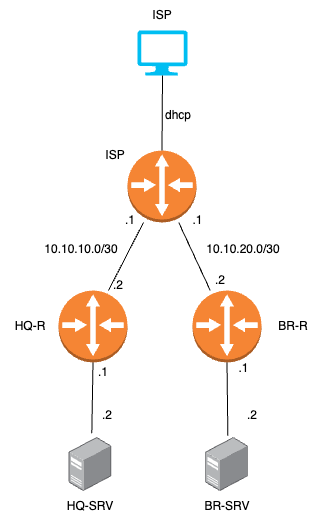
Earlier version of the draw.io export assets/L3-topology.png (vitterre/novosib). Source tidied: cells renumbered, new cells last; positions are measured from the earlier drawing's top-left corner, leaving out a move shared by most shapes. Source of this version:
```xml
<mxGraphModel>
  <root>
    <mxCell id="0" />
    <mxCell id="1" parent="0" />
    <mxCell id="2" style="outlineConnect=0;dashed=0;verticalLabelPosition=bottom;verticalAlign=top;align=center;html=1;shape=mxgraph.aws3.router;fillColor=#F58534;gradientColor=none;" parent="1" vertex="1">
      <mxGeometry x="127" y="150" width="69" height="72" as="geometry" />
    </mxCell>
    <mxCell id="3" style="outlineConnect=0;dashed=0;verticalLabelPosition=bottom;verticalAlign=top;align=center;html=1;shape=mxgraph.aws3.router;fillColor=#F58534;gradientColor=none;" parent="1" vertex="1">
      <mxGeometry x="58" y="290" width="69" height="72" as="geometry" />
    </mxCell>
    <mxCell id="4" style="outlineConnect=0;dashed=0;verticalLabelPosition=bottom;verticalAlign=top;align=center;html=1;shape=mxgraph.aws3.router;fillColor=#F58534;gradientColor=none;" parent="1" vertex="1">
      <mxGeometry x="192" y="290" width="69" height="72" as="geometry" />
    </mxCell>
    <mxCell id="5" style="verticalLabelPosition=bottom;html=1;verticalAlign=top;align=center;strokeColor=none;fillColor=#00BEF2;shape=mxgraph.azure.computer;" parent="1" vertex="1">
      <mxGeometry x="137" y="30" width="50" height="45" as="geometry" />
    </mxCell>
    <mxCell id="6" style="image;points=[];html=1;align=center;shadow=0;dashed=0;image=img/lib/allied_telesis/computer_and_terminals/Server_Desktop.svg;" parent="1" vertex="1">
      <mxGeometry x="68.6" y="437" width="42.6" height="54" as="geometry" />
    </mxCell>
    <mxCell id="7" style="image;points=[];html=1;align=center;shadow=0;dashed=0;image=img/lib/allied_telesis/computer_and_terminals/Server_Desktop.svg;" parent="1" vertex="1">
      <mxGeometry x="205.2" y="437" width="42.6" height="54" as="geometry" />
    </mxCell>
    <mxCell id="8" style="endArrow=none;html=1;rounded=0;" parent="1" edge="1" target="2">
      <mxGeometry relative="1" as="geometry">
        <mxPoint x="108" y="290" as="sourcePoint" />
      </mxGeometry>
    </mxCell>
    <mxCell id="9" style="endArrow=none;html=1;rounded=0;" parent="1" edge="1" source="4" target="2">
      <mxGeometry relative="1" as="geometry" />
    </mxCell>
    <mxCell id="10" style="endArrow=none;html=1;rounded=0;entryX=0.5;entryY=1;entryDx=0;entryDy=0;entryPerimeter=0;exitX=0.5;exitY=0;exitDx=0;exitDy=0;exitPerimeter=0;" parent="1" edge="1" source="2" target="5">
      <mxGeometry relative="1" as="geometry" />
    </mxCell>
    <mxCell id="11" style="endArrow=none;html=1;rounded=0;entryX=0.5;entryY=1;entryDx=0;entryDy=0;entryPerimeter=0;exitX=0.533;exitY=-0.079;exitDx=0;exitDy=0;exitPerimeter=0;" parent="1" edge="1" source="6" target="3">
      <mxGeometry relative="1" as="geometry" />
    </mxCell>
    <mxCell id="12" style="endArrow=none;html=1;rounded=0;entryX=0.5;entryY=1;entryDx=0;entryDy=0;entryPerimeter=0;exitX=0.52;exitY=-0.032;exitDx=0;exitDy=0;exitPerimeter=0;" parent="1" edge="1" source="7" target="4">
      <mxGeometry relative="1" as="geometry" />
    </mxCell>
    <mxCell id="13" value="10.10.10.0/30" style="text;html=1;align=center;verticalAlign=middle;whiteSpace=wrap;rounded=0;" parent="1" vertex="1">
      <mxGeometry x="51.2" y="234" width="60" height="30" as="geometry" />
    </mxCell>
    <mxCell id="14" value=".1" style="text;html=1;align=center;verticalAlign=middle;whiteSpace=wrap;rounded=0;" parent="1" vertex="1">
      <mxGeometry x="114.6" y="210" width="30" height="20" as="geometry" />
    </mxCell>
    <mxCell id="15" value="10.10.20.0/30" style="text;html=1;align=center;verticalAlign=middle;whiteSpace=wrap;rounded=0;" parent="1" vertex="1">
      <mxGeometry x="213.3" y="234" width="60" height="30" as="geometry" />
    </mxCell>
    <mxCell id="16" value=".1" style="text;html=1;align=center;verticalAlign=middle;whiteSpace=wrap;rounded=0;" parent="1" vertex="1">
      <mxGeometry x="187" y="206" width="21" height="28" as="geometry" />
    </mxCell>
    <mxCell id="17" value=".2" style="text;html=1;align=center;verticalAlign=middle;whiteSpace=wrap;rounded=0;" parent="1" vertex="1">
      <mxGeometry x="88" y="270" width="60" height="30" as="geometry" />
    </mxCell>
    <mxCell id="18" value=".2" style="text;html=1;align=center;verticalAlign=middle;whiteSpace=wrap;rounded=0;" parent="1" vertex="1">
      <mxGeometry x="205.2" y="270" width="30" height="20" as="geometry" />
    </mxCell>
    <mxCell id="19" value=".1" style="text;html=1;align=center;verticalAlign=middle;whiteSpace=wrap;rounded=0;" parent="1" vertex="1">
      <mxGeometry x="88" y="362" width="30" height="20" as="geometry" />
    </mxCell>
    <mxCell id="20" value=".1" style="text;html=1;align=center;verticalAlign=middle;whiteSpace=wrap;rounded=0;" parent="1" vertex="1">
      <mxGeometry x="232.8" y="354" width="21" height="28" as="geometry" />
    </mxCell>
    <mxCell id="21" value=".2" style="text;html=1;align=center;verticalAlign=middle;whiteSpace=wrap;rounded=0;" parent="1" vertex="1">
      <mxGeometry x="77" y="400" width="60" height="30" as="geometry" />
    </mxCell>
    <mxCell id="22" value=".2" style="text;html=1;align=center;verticalAlign=middle;whiteSpace=wrap;rounded=0;" parent="1" vertex="1">
      <mxGeometry x="222" y="400" width="60" height="30" as="geometry" />
    </mxCell>
    <mxCell id="23" value="dhcp" style="text;html=1;align=center;verticalAlign=middle;whiteSpace=wrap;rounded=0;" parent="1" vertex="1">
      <mxGeometry x="148" y="100" width="60" height="30" as="geometry" />
    </mxCell>
    <mxCell id="24" value="HQ-R" style="text;html=1;align=center;verticalAlign=middle;whiteSpace=wrap;rounded=0;" parent="1" vertex="1">
      <mxGeometry x="-0.1" y="311" width="60" height="30" as="geometry" />
    </mxCell>
    <mxCell id="25" value="BR-R" style="text;html=1;align=center;verticalAlign=middle;whiteSpace=wrap;rounded=0;" parent="1" vertex="1">
      <mxGeometry x="262.5" y="311" width="60" height="30" as="geometry" />
    </mxCell>
    <mxCell id="26" value="HQ-SRV" style="text;html=1;align=center;verticalAlign=middle;whiteSpace=wrap;rounded=0;" parent="1" vertex="1">
      <mxGeometry x="59.9" y="491" width="60" height="30" as="geometry" />
    </mxCell>
    <mxCell id="27" value="BR-SRV" style="text;html=1;align=center;verticalAlign=middle;whiteSpace=wrap;rounded=0;" parent="1" vertex="1">
      <mxGeometry x="196.5" y="491" width="60" height="30" as="geometry" />
    </mxCell>
    <mxCell id="28" value="ISP" style="text;html=1;align=center;verticalAlign=middle;whiteSpace=wrap;rounded=0;" parent="1" vertex="1">
      <mxGeometry x="84.6" y="140" width="60" height="30" as="geometry" />
    </mxCell>
    <mxCell id="29" value="ISP" style="text;html=1;align=center;verticalAlign=middle;whiteSpace=wrap;rounded=0;" parent="1" vertex="1">
      <mxGeometry x="132" width="60" height="30" as="geometry" />
    </mxCell>
  </root>
</mxGraphModel>
```
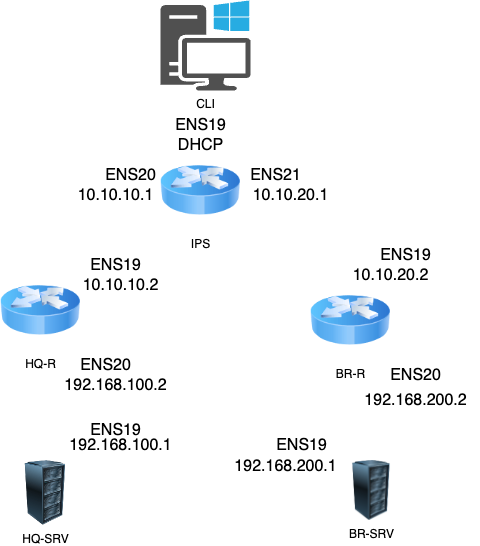
Later version of the same file.

Commit message:
docs: fix L3 topology schema

Diff of the diagram source:
```diff
@@ -2,91 +2,77 @@
   <root>
     <mxCell id="0" />
     <mxCell id="1" parent="0" />
-    <mxCell id="2" style="outlineConnect=0;dashed=0;verticalLabelPosition=bottom;verticalAlign=top;align=center;html=1;shape=mxgraph.aws3.router;fillColor=#F58534;gradientColor=none;" parent="1" vertex="1">
-      <mxGeometry x="127" y="150" width="69" height="72" as="geometry" />
-    </mxCell>
-    <mxCell id="3" style="outlineConnect=0;dashed=0;verticalLabelPosition=bottom;verticalAlign=top;align=center;html=1;shape=mxgraph.aws3.router;fillColor=#F58534;gradientColor=none;" parent="1" vertex="1">
-      <mxGeometry x="58" y="290" width="69" height="72" as="geometry" />
-    </mxCell>
-    <mxCell id="4" style="outlineConnect=0;dashed=0;verticalLabelPosition=bottom;verticalAlign=top;align=center;html=1;shape=mxgraph.aws3.router;fillColor=#F58534;gradientColor=none;" parent="1" vertex="1">
-      <mxGeometry x="192" y="290" width="69" height="72" as="geometry" />
-    </mxCell>
-    <mxCell id="5" style="verticalLabelPosition=bottom;html=1;verticalAlign=top;align=center;strokeColor=none;fillColor=#00BEF2;shape=mxgraph.azure.computer;" parent="1" vertex="1">
-      <mxGeometry x="137" y="30" width="50" height="45" as="geometry" />
-    </mxCell>
-    <mxCell id="6" style="image;points=[];html=1;align=center;shadow=0;dashed=0;image=img/lib/allied_telesis/computer_and_terminals/Server_Desktop.svg;" parent="1" vertex="1">
-      <mxGeometry x="68.6" y="437" width="42.6" height="54" as="geometry" />
-    </mxCell>
-    <mxCell id="7" style="image;points=[];html=1;align=center;shadow=0;dashed=0;image=img/lib/allied_telesis/computer_and_terminals/Server_Desktop.svg;" parent="1" vertex="1">
-      <mxGeometry x="205.2" y="437" width="42.6" height="54" as="geometry" />
-    </mxCell>
-    <mxCell id="8" style="endArrow=none;html=1;rounded=0;" parent="1" edge="1" target="2">
-      <mxGeometry relative="1" as="geometry">
-        <mxPoint x="108" y="290" as="sourcePoint" />
-      </mxGeometry>
-    </mxCell>
-    <mxCell id="9" style="endArrow=none;html=1;rounded=0;" parent="1" edge="1" source="4" target="2">
-      <mxGeometry relative="1" as="geometry" />
-    </mxCell>
-    <mxCell id="10" style="endArrow=none;html=1;rounded=0;entryX=0.5;entryY=1;entryDx=0;entryDy=0;entryPerimeter=0;exitX=0.5;exitY=0;exitDx=0;exitDy=0;exitPerimeter=0;" parent="1" edge="1" source="2" target="5">
-      <mxGeometry relative="1" as="geometry" />
-    </mxCell>
-    <mxCell id="11" style="endArrow=none;html=1;rounded=0;entryX=0.5;entryY=1;entryDx=0;entryDy=0;entryPerimeter=0;exitX=0.533;exitY=-0.079;exitDx=0;exitDy=0;exitPerimeter=0;" parent="1" edge="1" source="6" target="3">
-      <mxGeometry relative="1" as="geometry" />
-    </mxCell>
-    <mxCell id="12" style="endArrow=none;html=1;rounded=0;entryX=0.5;entryY=1;entryDx=0;entryDy=0;entryPerimeter=0;exitX=0.52;exitY=-0.032;exitDx=0;exitDy=0;exitPerimeter=0;" parent="1" edge="1" source="7" target="4">
-      <mxGeometry relative="1" as="geometry" />
-    </mxCell>
-    <mxCell id="13" value="10.10.10.0/30" style="text;html=1;align=center;verticalAlign=middle;whiteSpace=wrap;rounded=0;" parent="1" vertex="1">
-      <mxGeometry x="51.2" y="234" width="60" height="30" as="geometry" />
-    </mxCell>
-    <mxCell id="14" value=".1" style="text;html=1;align=center;verticalAlign=middle;whiteSpace=wrap;rounded=0;" parent="1" vertex="1">
-      <mxGeometry x="114.6" y="210" width="30" height="20" as="geometry" />
-    </mxCell>
-    <mxCell id="15" value="10.10.20.0/30" style="text;html=1;align=center;verticalAlign=middle;whiteSpace=wrap;rounded=0;" parent="1" vertex="1">
-      <mxGeometry x="213.3" y="234" width="60" height="30" as="geometry" />
-    </mxCell>
-    <mxCell id="16" value=".1" style="text;html=1;align=center;verticalAlign=middle;whiteSpace=wrap;rounded=0;" parent="1" vertex="1">
-      <mxGeometry x="187" y="206" width="21" height="28" as="geometry" />
-    </mxCell>
-    <mxCell id="17" value=".2" style="text;html=1;align=center;verticalAlign=middle;whiteSpace=wrap;rounded=0;" parent="1" vertex="1">
-      <mxGeometry x="88" y="270" width="60" height="30" as="geometry" />
-    </mxCell>
-    <mxCell id="18" value=".2" style="text;html=1;align=center;verticalAlign=middle;whiteSpace=wrap;rounded=0;" parent="1" vertex="1">
-      <mxGeometry x="205.2" y="270" width="30" height="20" as="geometry" />
-    </mxCell>
-    <mxCell id="19" value=".1" style="text;html=1;align=center;verticalAlign=middle;whiteSpace=wrap;rounded=0;" parent="1" vertex="1">
-      <mxGeometry x="88" y="362" width="30" height="20" as="geometry" />
-    </mxCell>
-    <mxCell id="20" value=".1" style="text;html=1;align=center;verticalAlign=middle;whiteSpace=wrap;rounded=0;" parent="1" vertex="1">
-      <mxGeometry x="232.8" y="354" width="21" height="28" as="geometry" />
-    </mxCell>
-    <mxCell id="21" value=".2" style="text;html=1;align=center;verticalAlign=middle;whiteSpace=wrap;rounded=0;" parent="1" vertex="1">
-      <mxGeometry x="77" y="400" width="60" height="30" as="geometry" />
-    </mxCell>
-    <mxCell id="22" value=".2" style="text;html=1;align=center;verticalAlign=middle;whiteSpace=wrap;rounded=0;" parent="1" vertex="1">
-      <mxGeometry x="222" y="400" width="60" height="30" as="geometry" />
-    </mxCell>
-    <mxCell id="23" value="dhcp" style="text;html=1;align=center;verticalAlign=middle;whiteSpace=wrap;rounded=0;" parent="1" vertex="1">
-      <mxGeometry x="148" y="100" width="60" height="30" as="geometry" />
-    </mxCell>
+    <mxCell id="30" value="CLI" style="sketch=0;shadow=0;dashed=0;html=1;strokeColor=none;fillColor=#505050;labelPosition=center;verticalLabelPosition=bottom;verticalAlign=top;align=center;shape=mxgraph.office.devices.workstation_pc;" parent="1" vertex="1">
+      <mxGeometry x="288" y="40" width="90" height="90" as="geometry" />
+    </mxCell>
-    <mxCell id="24" value="HQ-R" style="text;html=1;align=center;verticalAlign=middle;whiteSpace=wrap;rounded=0;" parent="1" vertex="1">
-      <mxGeometry x="-0.1" y="311" width="60" height="30" as="geometry" />
+    <mxCell id="24" value="HQ-R" style="image;html=1;image=img/lib/clip_art/networking/Router_Icon_128x128.png;" parent="1" vertex="1">
+      <mxGeometry x="128" y="310" width="80" height="80" as="geometry" />
     </mxCell>
+    <mxCell id="31" value="IPS" style="image;html=1;image=img/lib/clip_art/networking/Router_Icon_128x128.png;" parent="1" vertex="1">
+      <mxGeometry x="288" y="190" width="80" height="80" as="geometry" />
+    </mxCell>
-    <mxCell id="25" value="BR-R" style="text;html=1;align=center;verticalAlign=middle;whiteSpace=wrap;rounded=0;" parent="1" vertex="1">
-      <mxGeometry x="262.5" y="311" width="60" height="30" as="geometry" />
+    <mxCell id="25" value="BR-R" style="image;html=1;image=img/lib/clip_art/networking/Router_Icon_128x128.png;" parent="1" vertex="1">
+      <mxGeometry x="438" y="320" width="80" height="80" as="geometry" />
     </mxCell>
-    <mxCell id="26" value="HQ-SRV" style="text;html=1;align=center;verticalAlign=middle;whiteSpace=wrap;rounded=0;" parent="1" vertex="1">
-      <mxGeometry x="59.9" y="491" width="60" height="30" as="geometry" />
+    <mxCell id="26" value="HQ-SRV" style="image;html=1;image=img/lib/clip_art/computers/Server_Rack_128x128.png;" parent="1" vertex="1">
+      <mxGeometry x="138" y="500" width="70" height="65" as="geometry" />
     </mxCell>
-    <mxCell id="27" value="BR-SRV" style="text;html=1;align=center;verticalAlign=middle;whiteSpace=wrap;rounded=0;" parent="1" vertex="1">
-      <mxGeometry x="196.5" y="491" width="60" height="30" as="geometry" />
+    <mxCell id="27" value="BR-SRV" style="image;html=1;image=img/lib/clip_art/computers/Server_Rack_128x128.png;" parent="1" vertex="1">
+      <mxGeometry x="464" y="500" width="70" height="60" as="geometry" />
     </mxCell>
-    <mxCell id="28" value="ISP" style="text;html=1;align=center;verticalAlign=middle;whiteSpace=wrap;rounded=0;" parent="1" vertex="1">
-      <mxGeometry x="84.6" y="140" width="60" height="30" as="geometry" />
-    </mxCell>
-    <mxCell id="29" value="ISP" style="text;html=1;align=center;verticalAlign=middle;whiteSpace=wrap;rounded=0;" parent="1" vertex="1">
-      <mxGeometry x="132" width="60" height="30" as="geometry" />
-    </mxCell>
+    <mxCell id="32" value="DHCP" style="text;html=1;align=center;verticalAlign=middle;strokeColor=none;fillColor=none;fontSize=16;" parent="1" vertex="1">
+      <mxGeometry x="293" y="170" width="70" height="30" as="geometry" />
+    </mxCell>
+    <mxCell id="33" value="ENS19" style="text;html=1;align=center;verticalAlign=middle;strokeColor=none;fillColor=none;fontSize=16;" parent="1" vertex="1">
+      <mxGeometry x="293" y="150" width="70" height="30" as="geometry" />
+    </mxCell>
+    <mxCell id="34" value="ENS20" style="text;html=1;align=center;verticalAlign=middle;strokeColor=none;fillColor=none;fontSize=16;" parent="1" vertex="1">
+      <mxGeometry x="223" y="200" width="70" height="30" as="geometry" />
+    </mxCell>
+    <mxCell id="35" value="ENS21" style="text;html=1;align=center;verticalAlign=middle;strokeColor=none;fillColor=none;fontSize=16;" parent="1" vertex="1">
+      <mxGeometry x="368" y="200" width="70" height="30" as="geometry" />
+    </mxCell>
+    <mxCell id="36" value="ENS19" style="text;html=1;align=center;verticalAlign=middle;strokeColor=none;fillColor=none;fontSize=16;" parent="1" vertex="1">
+      <mxGeometry x="208" y="290" width="70" height="30" as="geometry" />
+    </mxCell>
+    <mxCell id="37" value="ENS20" style="text;html=1;align=center;verticalAlign=middle;strokeColor=none;fillColor=none;fontSize=16;" parent="1" vertex="1">
+      <mxGeometry x="198" y="390" width="70" height="30" as="geometry" />
+    </mxCell>
+    <mxCell id="38" value="ENS19" style="text;html=1;align=center;verticalAlign=middle;strokeColor=none;fillColor=none;fontSize=16;" parent="1" vertex="1">
+      <mxGeometry x="208" y="455" width="70" height="30" as="geometry" />
+    </mxCell>
+    <mxCell id="39" value="ENS19" style="text;html=1;align=center;verticalAlign=middle;strokeColor=none;fillColor=none;fontSize=16;" parent="1" vertex="1">
+      <mxGeometry x="394" y="470" width="70" height="30" as="geometry" />
+    </mxCell>
+    <mxCell id="40" value="ENS20" style="text;html=1;align=center;verticalAlign=middle;strokeColor=none;fillColor=none;fontSize=16;" parent="1" vertex="1">
+      <mxGeometry x="508" y="400" width="70" height="30" as="geometry" />
+    </mxCell>
+    <mxCell id="41" value="ENS19" style="text;html=1;align=center;verticalAlign=middle;strokeColor=none;fillColor=none;fontSize=16;" parent="1" vertex="1">
+      <mxGeometry x="498" y="280" width="70" height="30" as="geometry" />
+    </mxCell>
+    <mxCell id="42" value="10.10.10.1" style="text;html=1;align=center;verticalAlign=middle;strokeColor=none;fillColor=none;fontSize=16;" parent="1" vertex="1">
+      <mxGeometry x="193" y="220" width="100" height="30" as="geometry" />
+    </mxCell>
+    <mxCell id="43" value="10.10.20.1" style="text;html=1;align=center;verticalAlign=middle;strokeColor=none;fillColor=none;fontSize=16;" parent="1" vertex="1">
+      <mxGeometry x="368" y="220" width="100" height="30" as="geometry" />
+    </mxCell>
+    <mxCell id="44" value="10.10.10.2" style="text;html=1;align=center;verticalAlign=middle;strokeColor=none;fillColor=none;fontSize=16;" parent="1" vertex="1">
+      <mxGeometry x="198" y="310" width="100" height="30" as="geometry" />
+    </mxCell>
+    <mxCell id="45" value="10.10.20.2" style="text;html=1;align=center;verticalAlign=middle;strokeColor=none;fillColor=none;fontSize=16;" parent="1" vertex="1">
+      <mxGeometry x="468" y="300" width="100" height="30" as="geometry" />
+    </mxCell>
+    <mxCell id="46" value="192.168.100.2" style="text;html=1;align=center;verticalAlign=middle;strokeColor=none;fillColor=none;fontSize=16;" parent="1" vertex="1">
+      <mxGeometry x="178" y="410" width="130" height="30" as="geometry" />
+    </mxCell>
+    <mxCell id="47" value="192.168.100.1" style="text;html=1;align=center;verticalAlign=middle;strokeColor=none;fillColor=none;fontSize=16;" parent="1" vertex="1">
+      <mxGeometry x="183" y="470" width="130" height="30" as="geometry" />
+    </mxCell>
+    <mxCell id="48" value="192.168.200.1" style="text;html=1;align=center;verticalAlign=middle;strokeColor=none;fillColor=none;fontSize=16;" parent="1" vertex="1">
+      <mxGeometry x="348" y="491" width="130" height="30" as="geometry" />
+    </mxCell>
+    <mxCell id="49" value="192.168.200.2" style="text;html=1;align=center;verticalAlign=middle;strokeColor=none;fillColor=none;fontSize=16;" parent="1" vertex="1">
+      <mxGeometry x="478" y="425" width="130" height="30" as="geometry" />
+    </mxCell>
   </root>
 </mxGraphModel>
```
